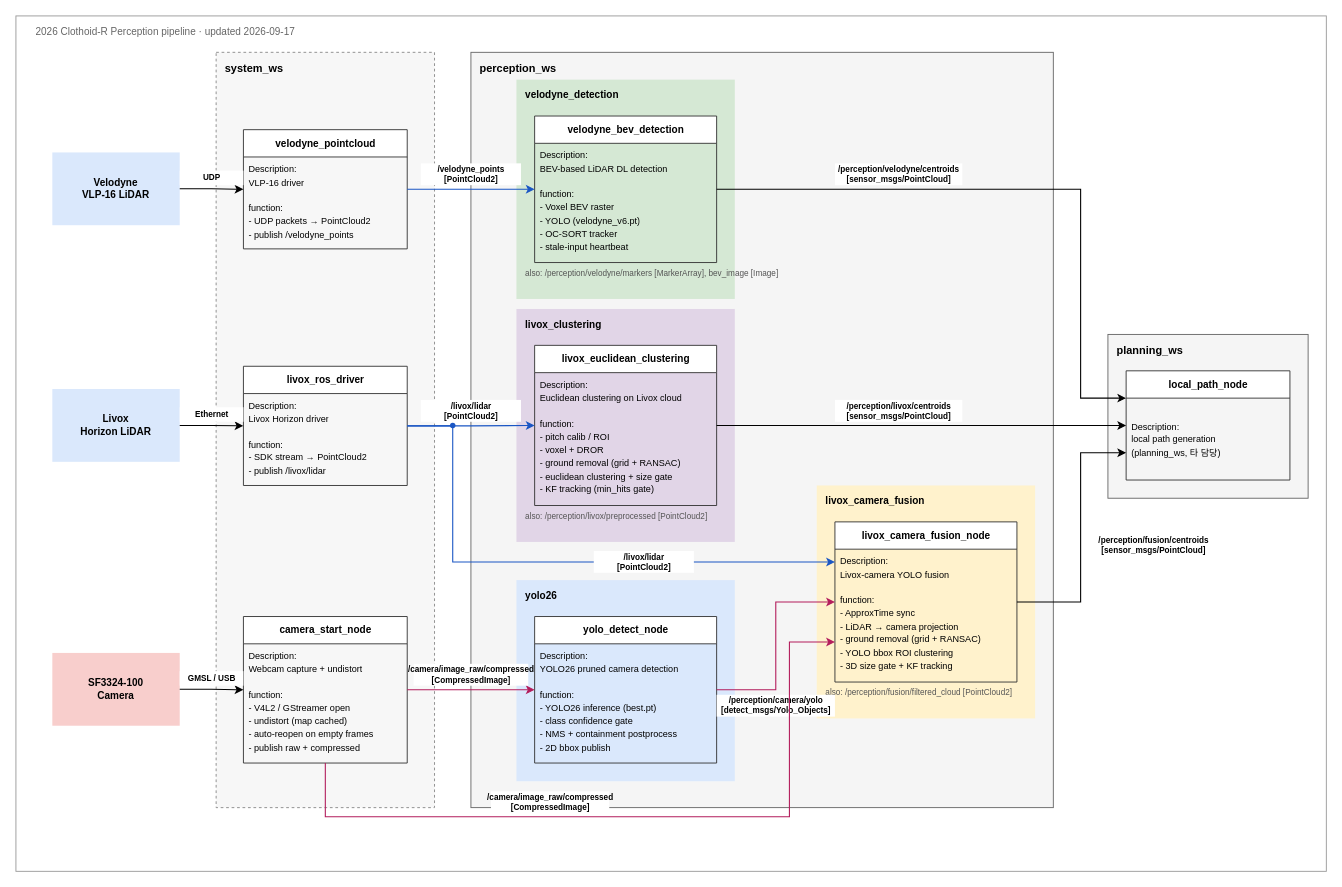
Before: 2026_pipeline.drawio in JaGyeong1024/2026-Clothoid-R-Perception, a draw.io diagram. Source tidied: cells renumbered, new cells numbered last; positions are measured from the earlier drawing's top-left corner, leaving out a move shared by most shapes. Both pictures are drawn from the tidied source at 91%, with x=0, y=0 at pixel (15, 15).
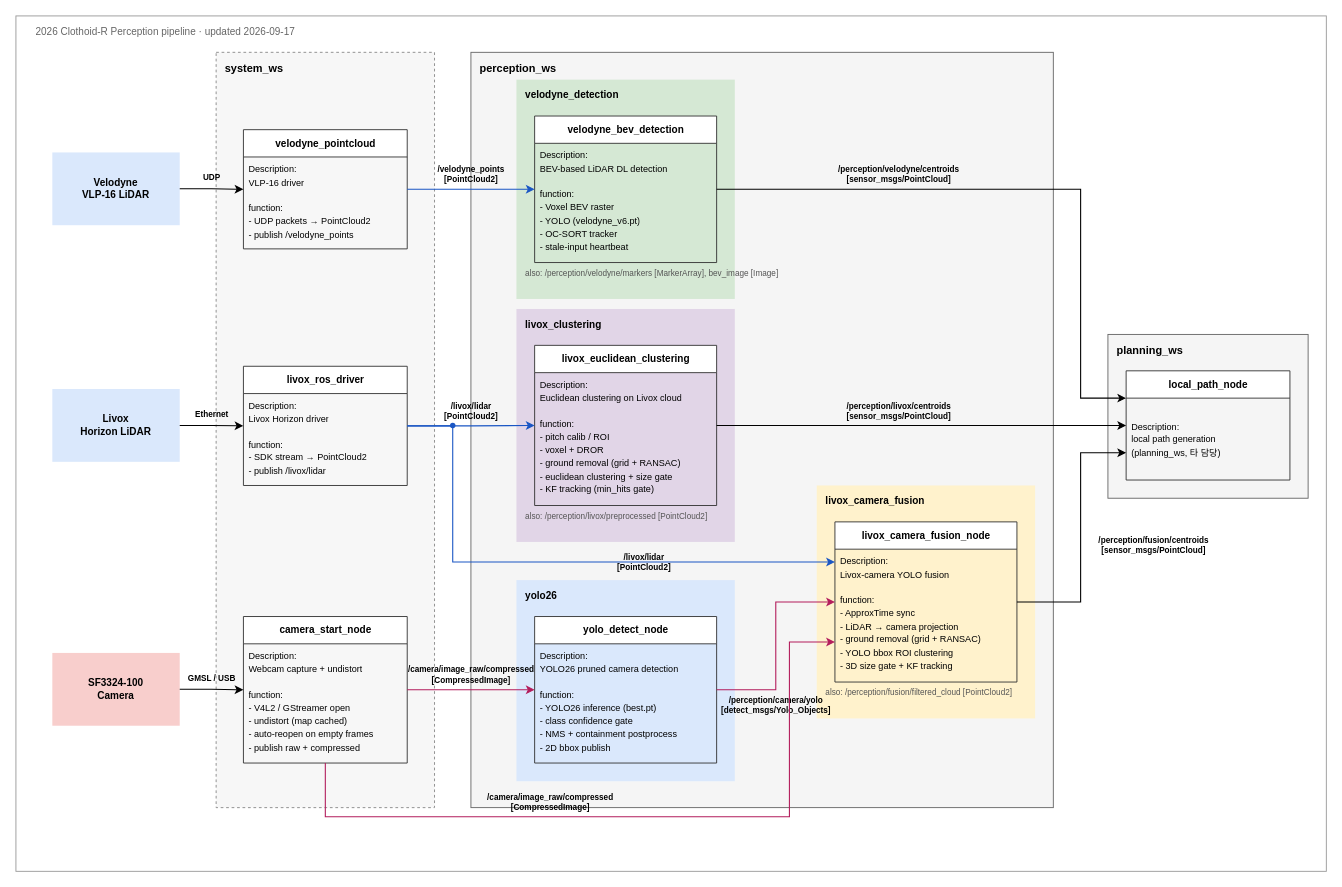
After the change.

Commit message (it also covers changes not shown here):
Make diagram labels transparent

Change to the diagram source:
```diff
@@
-    <mxCell id="41" value="UDP" style="text;html=1;align=center;verticalAlign=middle;fontSize=9;fontStyle=1;strokeColor=none;fillColor=#ffffff;spacing=0;" parent="1" vertex="1">
+    <mxCell id="41" value="UDP" style="text;html=1;align=center;verticalAlign=middle;fontSize=9;fontStyle=1;strokeColor=none;fillColor=none;spacing=0;" parent="1" vertex="1">
       <mxGeometry x="180" y="170" width="70" height="16" as="geometry" />
     </mxCell>
@@
-    <mxCell id="43" value="Ethernet" style="text;html=1;align=center;verticalAlign=middle;fontSize=9;fontStyle=1;strokeColor=none;fillColor=#ffffff;spacing=0;" parent="1" vertex="1">
+    <mxCell id="43" value="Ethernet" style="text;html=1;align=center;verticalAlign=middle;fontSize=9;fontStyle=1;strokeColor=none;fillColor=none;spacing=0;" parent="1" vertex="1">
       <mxGeometry x="180" y="430" width="70" height="16" as="geometry" />
     </mxCell>
@@
-    <mxCell id="45" value="GMSL / USB" style="text;html=1;align=center;verticalAlign=middle;fontSize=9;fontStyle=1;strokeColor=none;fillColor=#ffffff;spacing=0;" parent="1" vertex="1">
+    <mxCell id="45" value="GMSL / USB" style="text;html=1;align=center;verticalAlign=middle;fontSize=9;fontStyle=1;strokeColor=none;fillColor=none;spacing=0;" parent="1" vertex="1">
       <mxGeometry x="180" y="720" width="70" height="16" as="geometry" />
     </mxCell>
@@
-    <mxCell id="47" value="/velodyne_points&lt;br&gt;[PointCloud2]" style="text;html=1;align=center;verticalAlign=middle;fontSize=9;fontStyle=1;strokeColor=none;fillColor=#ffffff;spacing=0;" parent="1" vertex="1">
+    <mxCell id="47" value="/velodyne_points&lt;br&gt;[PointCloud2]" style="text;html=1;align=center;verticalAlign=middle;fontSize=9;fontStyle=1;strokeColor=none;fillColor=none;spacing=0;" parent="1" vertex="1">
       <mxGeometry x="445" y="162" width="110" height="24" as="geometry" />
     </mxCell>
@@
-    <mxCell id="49" value="/livox/lidar&lt;br&gt;[PointCloud2]" style="text;html=1;align=center;verticalAlign=middle;fontSize=9;fontStyle=1;strokeColor=none;fillColor=#ffffff;spacing=0;" parent="1" vertex="1">
+    <mxCell id="49" value="/livox/lidar&lt;br&gt;[PointCloud2]" style="text;html=1;align=center;verticalAlign=middle;fontSize=9;fontStyle=1;strokeColor=none;fillColor=none;spacing=0;" parent="1" vertex="1">
       <mxGeometry x="445" y="422" width="110" height="24" as="geometry" />
     </mxCell>
@@
-    <mxCell id="51" value="/camera/image_raw/compressed&lt;br&gt;[CompressedImage]" style="text;html=1;align=center;verticalAlign=middle;fontSize=9;fontStyle=1;strokeColor=none;fillColor=#ffffff;spacing=0;" parent="1" vertex="1">
+    <mxCell id="51" value="/camera/image_raw/compressed&lt;br&gt;[CompressedImage]" style="text;html=1;align=center;verticalAlign=middle;fontSize=9;fontStyle=1;strokeColor=none;fillColor=none;spacing=0;" parent="1" vertex="1">
       <mxGeometry x="437" y="712" width="126" height="24" as="geometry" />
     </mxCell>
@@
-    <mxCell id="54" value="/livox/lidar&lt;br&gt;[PointCloud2]" style="text;html=1;align=center;verticalAlign=middle;fontSize=9;fontStyle=1;strokeColor=none;fillColor=#ffffff;spacing=0;" parent="1" vertex="1">
+    <mxCell id="54" value="/livox/lidar&lt;br&gt;[PointCloud2]" style="text;html=1;align=center;verticalAlign=middle;fontSize=9;fontStyle=1;strokeColor=none;fillColor=none;spacing=0;" parent="1" vertex="1">
       <mxGeometry x="635" y="588" width="110" height="24" as="geometry" />
     </mxCell>
@@
-    <mxCell id="56" value="/perception/camera/yolo&lt;br&gt;[detect_msgs/Yolo_Objects]" style="text;html=1;align=center;verticalAlign=middle;fontSize=9;fontStyle=1;strokeColor=none;fillColor=#ffffff;spacing=0;" parent="1" vertex="1">
+    <mxCell id="56" value="/perception/camera/yolo&lt;br&gt;[detect_msgs/Yolo_Objects]" style="text;html=1;align=center;verticalAlign=middle;fontSize=9;fontStyle=1;strokeColor=none;fillColor=none;spacing=0;" parent="1" vertex="1">
       <mxGeometry x="770" y="746" width="130" height="24" as="geometry" />
     </mxCell>
@@
-    <mxCell id="58" value="/camera/image_raw/compressed&lt;br&gt;[CompressedImage]" style="text;html=1;align=center;verticalAlign=middle;fontSize=9;fontStyle=1;strokeColor=none;fillColor=#ffffff;spacing=0;" parent="1" vertex="1">
+    <mxCell id="58" value="/camera/image_raw/compressed&lt;br&gt;[CompressedImage]" style="text;html=1;align=center;verticalAlign=middle;fontSize=9;fontStyle=1;strokeColor=none;fillColor=none;spacing=0;" parent="1" vertex="1">
       <mxGeometry x="522" y="852" width="130" height="24" as="geometry" />
     </mxCell>
@@
-    <mxCell id="60" value="/perception/velodyne/centroids&lt;br&gt;[sensor_msgs/PointCloud]" style="text;html=1;align=center;verticalAlign=middle;fontSize=9;fontStyle=1;strokeColor=none;fillColor=#ffffff;spacing=0;" parent="1" vertex="1">
+    <mxCell id="60" value="/perception/velodyne/centroids&lt;br&gt;[sensor_msgs/PointCloud]" style="text;html=1;align=center;verticalAlign=middle;fontSize=9;fontStyle=1;strokeColor=none;fillColor=none;spacing=0;" parent="1" vertex="1">
       <mxGeometry x="900" y="162" width="140" height="24" as="geometry" />
     </mxCell>
@@
-    <mxCell id="62" value="/perception/livox/centroids&lt;br&gt;[sensor_msgs/PointCloud]" style="text;html=1;align=center;verticalAlign=middle;fontSize=9;fontStyle=1;strokeColor=none;fillColor=#ffffff;spacing=0;" parent="1" vertex="1">
+    <mxCell id="62" value="/perception/livox/centroids&lt;br&gt;[sensor_msgs/PointCloud]" style="text;html=1;align=center;verticalAlign=middle;fontSize=9;fontStyle=1;strokeColor=none;fillColor=none;spacing=0;" parent="1" vertex="1">
       <mxGeometry x="900" y="422" width="140" height="24" as="geometry" />
     </mxCell>
@@
-    <mxCell id="64" value="/perception/fusion/centroids&lt;br&gt;[sensor_msgs/PointCloud]" style="text;html=1;align=center;verticalAlign=middle;fontSize=9;fontStyle=1;strokeColor=none;fillColor=#ffffff;spacing=0;" parent="1" vertex="1">
+    <mxCell id="64" value="/perception/fusion/centroids&lt;br&gt;[sensor_msgs/PointCloud]" style="text;html=1;align=center;verticalAlign=middle;fontSize=9;fontStyle=1;strokeColor=none;fillColor=none;spacing=0;" parent="1" vertex="1">
       <mxGeometry x="1180" y="570" width="140" height="24" as="geometry" />
     </mxCell>
```
